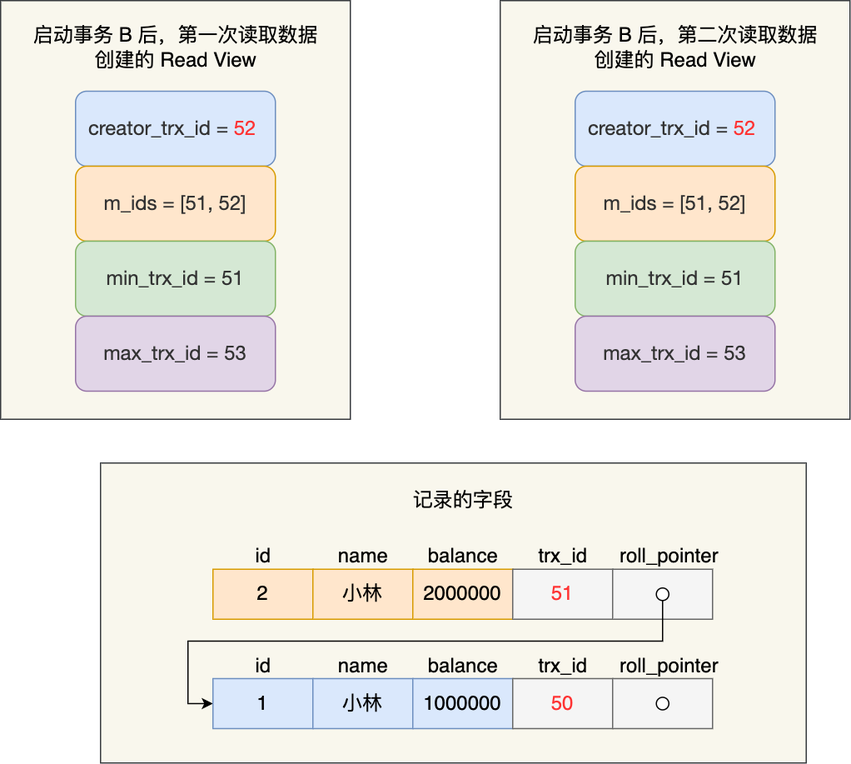
Earlier version of the draw.io export mysql/事务隔离/读提交事务.drawio.png (xiaolincoder/ImageHost4). Source tidied: cells renumbered, new cells last; positions are measured from the earlier drawing's top-left corner, leaving out a move shared by most shapes.
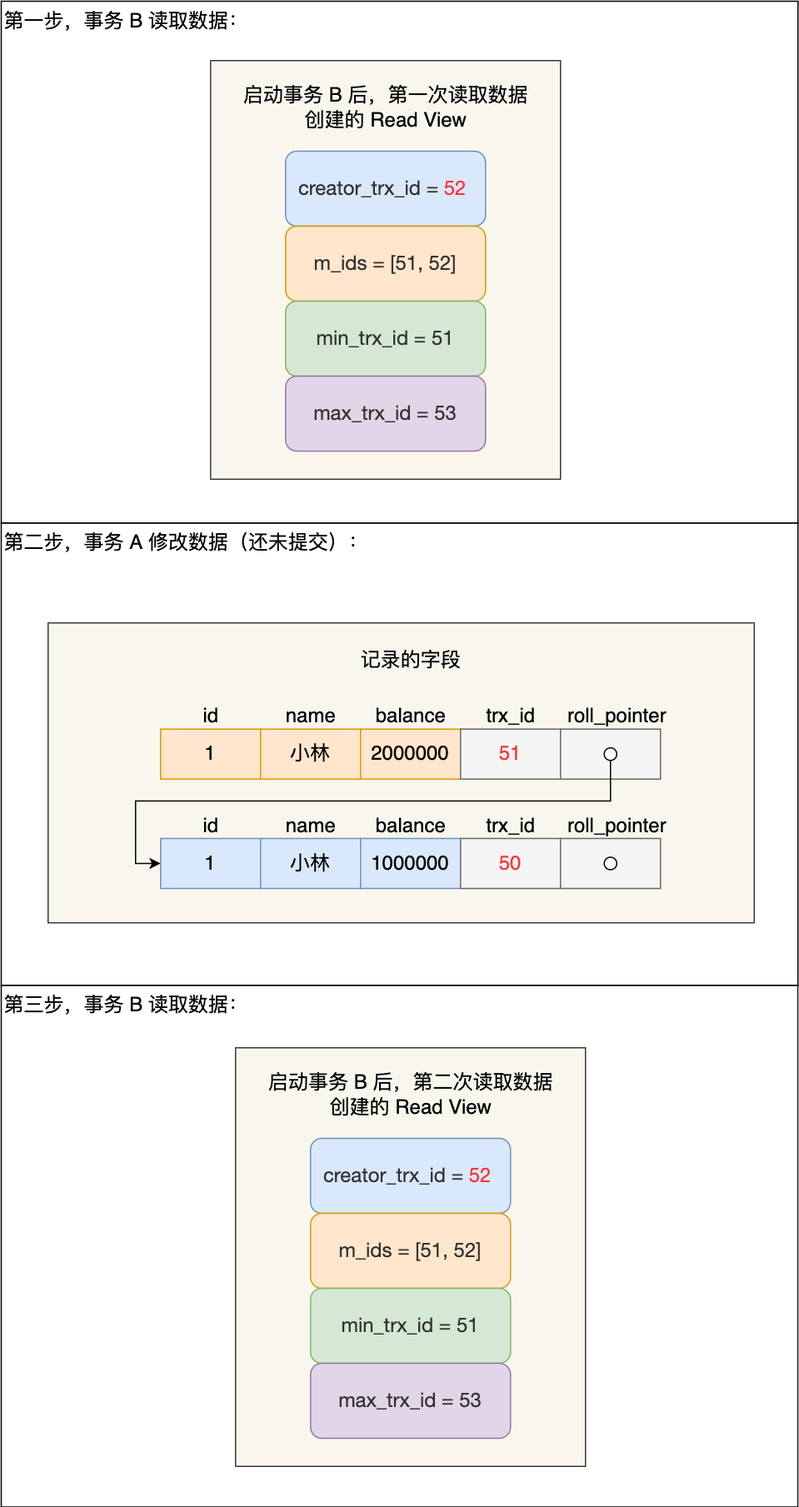
After the commit.

Commit message:
Added 读提交事务.drawio.png

Change to the diagram source:
```diff
@@ -2,28 +2,37 @@
   <root>
     <mxCell id="0" />
     <mxCell id="1" parent="0" />
+    <mxCell id="39" value="&lt;font color=&quot;#000000&quot;&gt;第三步，事务 B 读取数据：&lt;/font&gt;" style="rounded=0;whiteSpace=wrap;html=1;fontSize=16;fontColor=#FF0000;verticalAlign=top;align=left;" parent="1" vertex="1">
+      <mxGeometry x="42.5" y="660" width="637.5" height="417.5" as="geometry" />
+    </mxCell>
+    <mxCell id="40" value="&lt;font color=&quot;#000000&quot;&gt;第二步，事务 A 修改数据（还未提交）：&lt;/font&gt;" style="rounded=0;whiteSpace=wrap;html=1;fontSize=16;fontColor=#FF0000;verticalAlign=top;align=left;" parent="1" vertex="1">
+      <mxGeometry x="42.5" y="290" width="637.5" height="370" as="geometry" />
+    </mxCell>
+    <mxCell id="41" value="&lt;font color=&quot;#000000&quot;&gt;第一步，事务 B 读取数据：&lt;/font&gt;" style="rounded=0;whiteSpace=wrap;html=1;fontSize=16;fontColor=#FF0000;verticalAlign=top;align=left;" parent="1" vertex="1">
+      <mxGeometry x="42.5" y="-127.5" width="637.5" height="417.5" as="geometry" />
+    </mxCell>
     <mxCell id="2" style="rounded=0;whiteSpace=wrap;html=1;fontSize=16;fillColor=#f9f7ed;strokeColor=#36393d;" parent="1" vertex="1">
       <mxGeometry x="80" y="370" width="565" height="240" as="geometry" />
     </mxCell>
     <mxCell id="3" style="rounded=0;whiteSpace=wrap;html=1;fontSize=16;fillColor=#f9f7ed;strokeColor=#36393d;" parent="1" vertex="1">
-      <mxGeometry width="280" height="335" as="geometry" />
+      <mxGeometry x="210" y="-80" width="280" height="335" as="geometry" />
     </mxCell>
     <mxCell id="4" value="&lt;span style=&quot;color: rgb(51 , 51 , 51) ; font-family: &amp;#34;helvetica neue&amp;#34; , &amp;#34;helvetica&amp;#34; , &amp;#34;arial&amp;#34; , sans-serif ; font-size: 16px ; text-align: left&quot;&gt;creator_trx_&lt;/span&gt;&lt;span style=&quot;color: rgb(51 , 51 , 51) ; font-family: &amp;#34;helvetica neue&amp;#34; , &amp;#34;helvetica&amp;#34; , &amp;#34;arial&amp;#34; , sans-serif ; font-size: 16px ; text-align: left&quot;&gt;id = &lt;/span&gt;&lt;span style=&quot;font-family: &amp;#34;helvetica neue&amp;#34; , &amp;#34;helvetica&amp;#34; , &amp;#34;arial&amp;#34; , sans-serif ; font-size: 16px ; text-align: left&quot;&gt;&lt;font color=&quot;#ff3333&quot;&gt;52&lt;/font&gt;&lt;/span&gt;&lt;span style=&quot;color: rgb(51 , 51 , 51) ; font-family: &amp;#34;helvetica neue&amp;#34; , &amp;#34;helvetica&amp;#34; , &amp;#34;arial&amp;#34; , sans-serif ; font-size: 16px ; text-align: left&quot;&gt;&amp;nbsp;&lt;/span&gt;" style="rounded=1;whiteSpace=wrap;html=1;fontSize=16;fillColor=#dae8fc;strokeColor=#6c8ebf;labelBackgroundColor=none;" parent="1" vertex="1">
-      <mxGeometry x="60" y="72.5" width="160" height="60" as="geometry" />
+      <mxGeometry x="270" y="-7.5" width="160" height="60" as="geometry" />
     </mxCell>
     <mxCell id="5" value="&lt;span style=&quot;color: rgb(51 , 51 , 51) ; font-family: &amp;quot;helvetica neue&amp;quot; , &amp;quot;helvetica&amp;quot; , &amp;quot;arial&amp;quot; , sans-serif ; font-size: 16px ; text-align: left&quot;&gt;m_&lt;/span&gt;&lt;span style=&quot;color: rgb(51 , 51 , 51) ; font-family: &amp;quot;helvetica neue&amp;quot; , &amp;quot;helvetica&amp;quot; , &amp;quot;arial&amp;quot; , sans-serif ; font-size: 16px ; text-align: left&quot;&gt;id&lt;/span&gt;&lt;span style=&quot;color: rgb(51 , 51 , 51) ; font-family: &amp;quot;helvetica neue&amp;quot; , &amp;quot;helvetica&amp;quot; , &amp;quot;arial&amp;quot; , sans-serif ; font-size: 16px ; text-align: left&quot;&gt;s = [51, 52]&lt;br style=&quot;font-size: 16px;&quot;&gt;&lt;/span&gt;" style="rounded=1;whiteSpace=wrap;html=1;fontSize=16;fillColor=#ffe6cc;strokeColor=#d79b00;labelBackgroundColor=none;" parent="1" vertex="1">
-      <mxGeometry x="60" y="132.5" width="160" height="60" as="geometry" />
+      <mxGeometry x="270" y="52.5" width="160" height="60" as="geometry" />
     </mxCell>
     <mxCell id="6" value="&lt;span style=&quot;color: rgb(51 , 51 , 51) ; font-family: &amp;quot;helvetica neue&amp;quot; , &amp;quot;helvetica&amp;quot; , &amp;quot;arial&amp;quot; , sans-serif ; font-size: 16px ; text-align: left&quot;&gt;min_trx_&lt;/span&gt;&lt;span style=&quot;color: rgb(51 , 51 , 51) ; font-family: &amp;quot;helvetica neue&amp;quot; , &amp;quot;helvetica&amp;quot; , &amp;quot;arial&amp;quot; , sans-serif ; font-size: 16px ; text-align: left&quot;&gt;id = 51&lt;/span&gt;" style="rounded=1;whiteSpace=wrap;html=1;fontSize=16;fillColor=#d5e8d4;strokeColor=#82b366;labelBackgroundColor=none;" parent="1" vertex="1">
-      <mxGeometry x="60" y="192.5" width="160" height="60" as="geometry" />
+      <mxGeometry x="270" y="112.5" width="160" height="60" as="geometry" />
     </mxCell>
     <mxCell id="7" value="&lt;span style=&quot;color: rgb(51 , 51 , 51) ; font-family: &amp;quot;helvetica neue&amp;quot; , &amp;quot;helvetica&amp;quot; , &amp;quot;arial&amp;quot; , sans-serif ; font-size: 16px ; text-align: left&quot;&gt;max_trx_&lt;/span&gt;&lt;span style=&quot;color: rgb(51 , 51 , 51) ; font-family: &amp;quot;helvetica neue&amp;quot; , &amp;quot;helvetica&amp;quot; , &amp;quot;arial&amp;quot; , sans-serif ; font-size: 16px ; text-align: left&quot;&gt;id = 53&lt;/span&gt;" style="rounded=1;whiteSpace=wrap;html=1;fontSize=16;fillColor=#e1d5e7;strokeColor=#9673a6;labelBackgroundColor=none;" parent="1" vertex="1">
-      <mxGeometry x="60" y="252.5" width="160" height="60" as="geometry" />
+      <mxGeometry x="270" y="172.5" width="160" height="60" as="geometry" />
     </mxCell>
     <mxCell id="8" value="启动事务 B 后，第一次读取数据&lt;br&gt;创建的 Read View" style="text;html=1;align=center;verticalAlign=middle;strokeColor=none;fontSize=16;" parent="1" vertex="1">
-      <mxGeometry x="20" y="17.5" width="240" height="40" as="geometry" />
+      <mxGeometry x="230" y="-62.5" width="240" height="40" as="geometry" />
     </mxCell>
-    <mxCell id="9" value="2" style="rounded=0;whiteSpace=wrap;html=1;fontSize=16;fillColor=#ffe6cc;strokeColor=#d79b00;" parent="1" vertex="1">
+    <mxCell id="9" value="1" style="rounded=0;whiteSpace=wrap;html=1;fontSize=16;fillColor=#ffe6cc;strokeColor=#d79b00;" parent="1" vertex="1">
       <mxGeometry x="170" y="455" width="80" height="40" as="geometry" />
     </mxCell>
     <mxCell id="10" value="小林" style="rounded=0;whiteSpace=wrap;html=1;fontSize=16;fillColor=#ffe6cc;strokeColor=#d79b00;" parent="1" vertex="1">
@@ -102,22 +111,22 @@
       <mxGeometry x="525" y="557.5" width="10" height="10" as="geometry" />
     </mxCell>
     <mxCell id="33" style="rounded=0;whiteSpace=wrap;html=1;fontSize=16;fillColor=#f9f7ed;strokeColor=#36393d;" parent="1" vertex="1">
-      <mxGeometry x="400" width="280" height="335" as="geometry" />
+      <mxGeometry x="230" y="710" width="280" height="335" as="geometry" />
     </mxCell>
     <mxCell id="34" value="&lt;span style=&quot;color: rgb(51 , 51 , 51) ; font-family: &amp;#34;helvetica neue&amp;#34; , &amp;#34;helvetica&amp;#34; , &amp;#34;arial&amp;#34; , sans-serif ; font-size: 16px ; text-align: left&quot;&gt;creator_trx_&lt;/span&gt;&lt;span style=&quot;color: rgb(51 , 51 , 51) ; font-family: &amp;#34;helvetica neue&amp;#34; , &amp;#34;helvetica&amp;#34; , &amp;#34;arial&amp;#34; , sans-serif ; font-size: 16px ; text-align: left&quot;&gt;id = &lt;/span&gt;&lt;span style=&quot;font-family: &amp;#34;helvetica neue&amp;#34; , &amp;#34;helvetica&amp;#34; , &amp;#34;arial&amp;#34; , sans-serif ; font-size: 16px ; text-align: left&quot;&gt;&lt;font color=&quot;#ff3333&quot;&gt;52&lt;/font&gt;&lt;/span&gt;&lt;span style=&quot;color: rgb(51 , 51 , 51) ; font-family: &amp;#34;helvetica neue&amp;#34; , &amp;#34;helvetica&amp;#34; , &amp;#34;arial&amp;#34; , sans-serif ; font-size: 16px ; text-align: left&quot;&gt;&amp;nbsp;&lt;/span&gt;" style="rounded=1;whiteSpace=wrap;html=1;fontSize=16;fillColor=#dae8fc;strokeColor=#6c8ebf;labelBackgroundColor=none;" parent="1" vertex="1">
-      <mxGeometry x="460" y="72.5" width="160" height="60" as="geometry" />
+      <mxGeometry x="290" y="782.5" width="160" height="60" as="geometry" />
     </mxCell>
     <mxCell id="35" value="&lt;span style=&quot;color: rgb(51 , 51 , 51) ; font-family: &amp;quot;helvetica neue&amp;quot; , &amp;quot;helvetica&amp;quot; , &amp;quot;arial&amp;quot; , sans-serif ; font-size: 16px ; text-align: left&quot;&gt;m_&lt;/span&gt;&lt;span style=&quot;color: rgb(51 , 51 , 51) ; font-family: &amp;quot;helvetica neue&amp;quot; , &amp;quot;helvetica&amp;quot; , &amp;quot;arial&amp;quot; , sans-serif ; font-size: 16px ; text-align: left&quot;&gt;id&lt;/span&gt;&lt;span style=&quot;color: rgb(51 , 51 , 51) ; font-family: &amp;quot;helvetica neue&amp;quot; , &amp;quot;helvetica&amp;quot; , &amp;quot;arial&amp;quot; , sans-serif ; font-size: 16px ; text-align: left&quot;&gt;s = [51, 52]&lt;br style=&quot;font-size: 16px;&quot;&gt;&lt;/span&gt;" style="rounded=1;whiteSpace=wrap;html=1;fontSize=16;fillColor=#ffe6cc;strokeColor=#d79b00;labelBackgroundColor=none;" parent="1" vertex="1">
-      <mxGeometry x="460" y="132.5" width="160" height="60" as="geometry" />
+      <mxGeometry x="290" y="842.5" width="160" height="60" as="geometry" />
     </mxCell>
     <mxCell id="36" value="&lt;span style=&quot;color: rgb(51 , 51 , 51) ; font-family: &amp;quot;helvetica neue&amp;quot; , &amp;quot;helvetica&amp;quot; , &amp;quot;arial&amp;quot; , sans-serif ; font-size: 16px ; text-align: left&quot;&gt;min_trx_&lt;/span&gt;&lt;span style=&quot;color: rgb(51 , 51 , 51) ; font-family: &amp;quot;helvetica neue&amp;quot; , &amp;quot;helvetica&amp;quot; , &amp;quot;arial&amp;quot; , sans-serif ; font-size: 16px ; text-align: left&quot;&gt;id = 51&lt;/span&gt;" style="rounded=1;whiteSpace=wrap;html=1;fontSize=16;fillColor=#d5e8d4;strokeColor=#82b366;labelBackgroundColor=none;" parent="1" vertex="1">
-      <mxGeometry x="460" y="192.5" width="160" height="60" as="geometry" />
+      <mxGeometry x="290" y="902.5" width="160" height="60" as="geometry" />
     </mxCell>
     <mxCell id="37" value="&lt;span style=&quot;color: rgb(51 , 51 , 51) ; font-family: &amp;quot;helvetica neue&amp;quot; , &amp;quot;helvetica&amp;quot; , &amp;quot;arial&amp;quot; , sans-serif ; font-size: 16px ; text-align: left&quot;&gt;max_trx_&lt;/span&gt;&lt;span style=&quot;color: rgb(51 , 51 , 51) ; font-family: &amp;quot;helvetica neue&amp;quot; , &amp;quot;helvetica&amp;quot; , &amp;quot;arial&amp;quot; , sans-serif ; font-size: 16px ; text-align: left&quot;&gt;id = 53&lt;/span&gt;" style="rounded=1;whiteSpace=wrap;html=1;fontSize=16;fillColor=#e1d5e7;strokeColor=#9673a6;labelBackgroundColor=none;" parent="1" vertex="1">
-      <mxGeometry x="460" y="252.5" width="160" height="60" as="geometry" />
+      <mxGeometry x="290" y="962.5" width="160" height="60" as="geometry" />
     </mxCell>
     <mxCell id="38" value="启动事务 B 后，第二次读取数据&lt;br&gt;创建的 Read View" style="text;html=1;align=center;verticalAlign=middle;strokeColor=none;fontSize=16;" parent="1" vertex="1">
-      <mxGeometry x="420" y="17.5" width="240" height="40" as="geometry" />
+      <mxGeometry x="250" y="727.5" width="240" height="40" as="geometry" />
     </mxCell>
   </root>
 </mxGraphModel>
```
